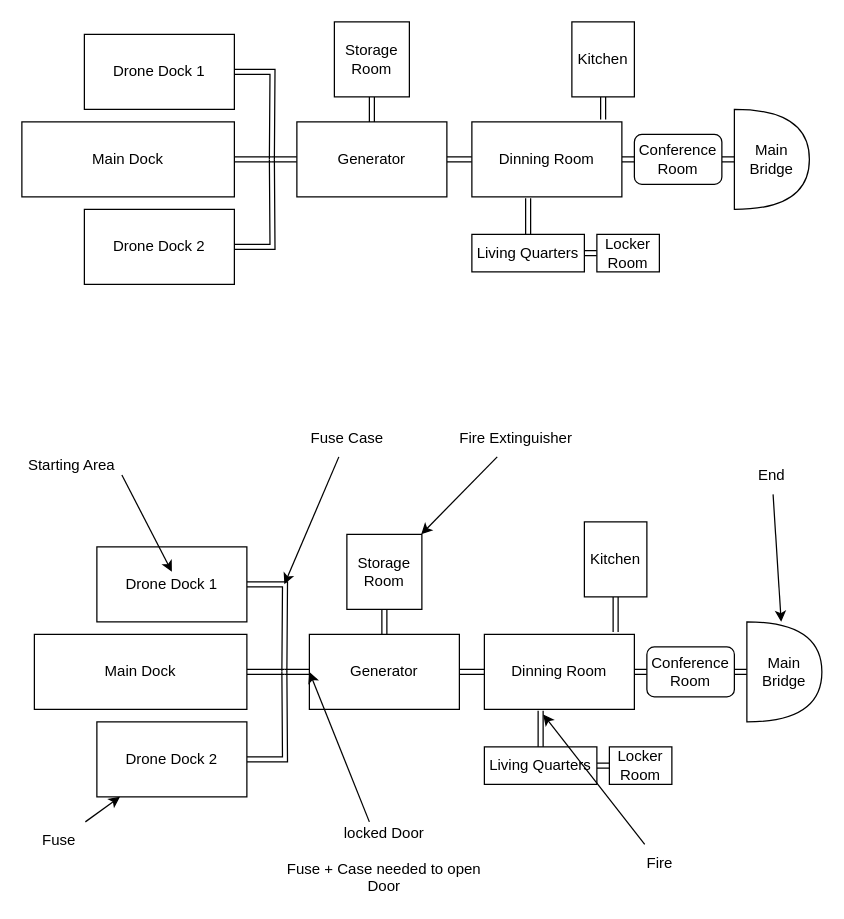
Before: Artifacts/VoidMap.drawio in Jonas-Pamminger/void-prolog-game-, a draw.io diagram. Source tidied: cells renumbered, new cells numbered last; positions are measured from the earlier drawing's top-left corner, leaving out a move shared by most shapes. Both pictures are drawn from the tidied source at 125%, with x=0, y=0 at pixel (21, 21).
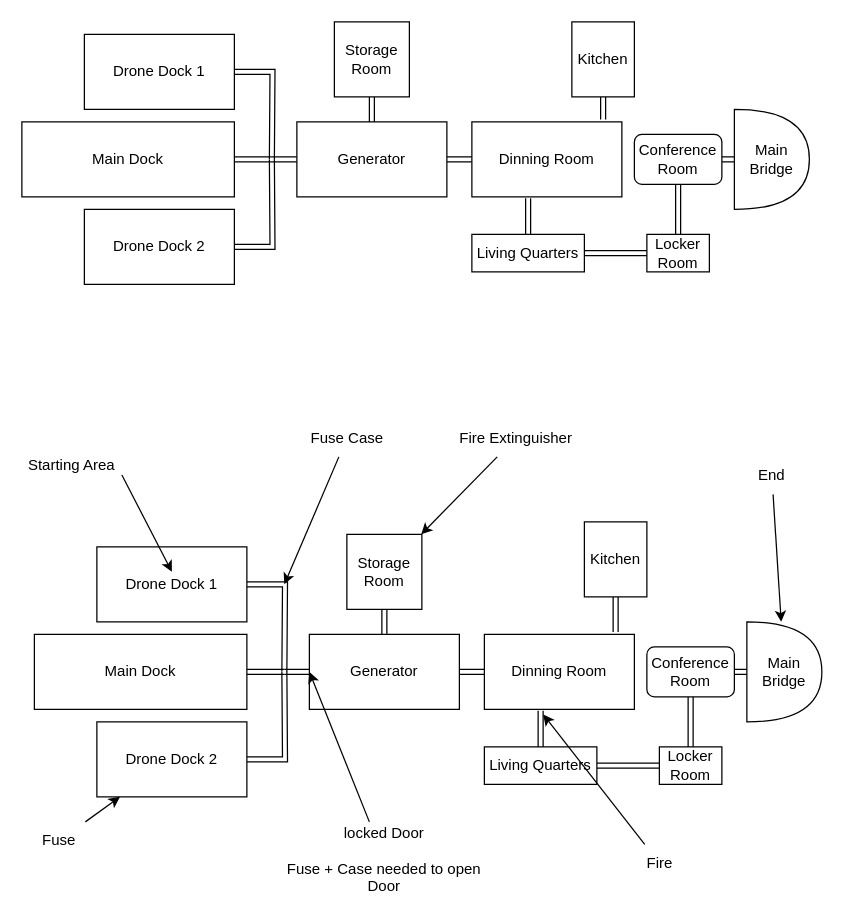
After the change.

Commit message (it also covers changes not shown here):
Revamping the Void map to fit new gameplay

The change refers to these unchanged cells:
```xml
<mxCell id="18" value="Dinning Room" style="rounded=0;whiteSpace=wrap;html=1;" parent="1" vertex="1">
  <mxGeometry x="360" y="80" width="120" height="60" as="geometry" />
</mxCell>
<mxCell id="22" value="Conference Room" style="rounded=1;whiteSpace=wrap;html=1;" parent="1" vertex="1">
  <mxGeometry x="490" y="90" width="70" height="40" as="geometry" />
</mxCell>
<mxCell id="40" value="Dinning Room" style="rounded=0;whiteSpace=wrap;html=1;" parent="1" vertex="1">
  <mxGeometry x="370" y="490" width="120" height="60" as="geometry" />
</mxCell>
<mxCell id="44" value="Conference Room" style="rounded=1;whiteSpace=wrap;html=1;" parent="1" vertex="1">
  <mxGeometry x="500" y="500" width="70" height="40" as="geometry" />
</mxCell>
```

Diff of the diagram source:
```diff
@@
     <mxCell id="16" value="Locker Room" style="rounded=0;whiteSpace=wrap;html=1;" parent="1" vertex="1">
-      <mxGeometry x="460" y="170" width="50" height="30" as="geometry" />
+      <mxGeometry x="500" y="170" width="50" height="30" as="geometry" />
     </mxCell>
-    <mxCell id="17" style="edgeStyle=orthogonalEdgeStyle;shape=link;rounded=0;jettySize=auto;html=1;exitX=1;exitY=0.5;exitDx=0;exitDy=0;entryX=0;entryY=0.5;entryDx=0;entryDy=0;" parent="1" edge="1" source="18" target="22">
-      <mxGeometry relative="1" as="geometry" />
-    </mxCell>
@@
+    <mxCell id="60" style="edgeStyle=orthogonalEdgeStyle;rounded=0;jettySize=auto;html=1;exitX=0.5;exitY=0;exitDx=0;exitDy=0;entryX=0.5;entryY=1;entryDx=0;entryDy=0;shape=link;" parent="1" edge="1" source="38" target="44">
+      <mxGeometry relative="1" as="geometry" />
+    </mxCell>
     <mxCell id="38" value="Locker Room" style="rounded=0;whiteSpace=wrap;html=1;" parent="1" vertex="1">
-      <mxGeometry x="470" y="580" width="50" height="30" as="geometry" />
+      <mxGeometry x="510" y="580" width="50" height="30" as="geometry" />
     </mxCell>
-    <mxCell id="39" style="edgeStyle=orthogonalEdgeStyle;shape=link;rounded=0;jettySize=auto;html=1;exitX=1;exitY=0.5;exitDx=0;exitDy=0;entryX=0;entryY=0.5;entryDx=0;entryDy=0;" parent="1" edge="1" source="40" target="44">
-      <mxGeometry relative="1" as="geometry" />
-    </mxCell>
@@
+    <mxCell id="61" style="endArrow=none;html=1;rounded=0;exitX=0.5;exitY=0;exitDx=0;exitDy=0;entryX=0.5;entryY=1;entryDx=0;entryDy=0;shape=link;" parent="1" edge="1" source="16" target="22">
+      <mxGeometry relative="1" as="geometry" />
+    </mxCell>
```
